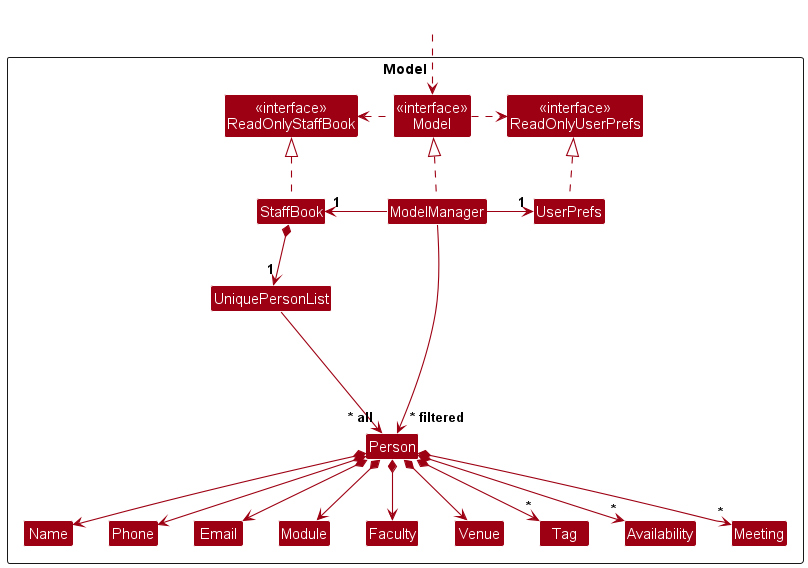
Earlier version of the PlantUML export docs/images/ModelClassDiagram.png (whitesnowx/tp). Its diagram source:
```plantuml
@startuml
!include style.puml
skinparam arrowThickness 1.1
skinparam arrowColor MODEL_COLOR
skinparam classBackgroundColor MODEL_COLOR

Package Model as ModelPackage <<Rectangle>>{
Class "<<interface>>\nReadOnlyStaffBook" as ReadOnlyStaffBook
Class "<<interface>>\nReadOnlyUserPrefs" as ReadOnlyUserPrefs
Class "<<interface>>\nModel" as Model
Class StaffBook
Class ModelManager
Class UserPrefs

Class UniquePersonList
Class Person
Class Name
Class Phone
Class Email
Class Module
Class Faculty
Class Venue
Class Tag
Class Availability
Class Meeting

Class I #FFFFFF
}

Class HiddenOutside #FFFFFF
HiddenOutside ..> Model

StaffBook .up.|> ReadOnlyStaffBook

ModelManager .up.|> Model
Model .right.> ReadOnlyUserPrefs
Model .left.> ReadOnlyStaffBook
ModelManager -left-> "1" StaffBook
ModelManager -right-> "1" UserPrefs
UserPrefs .up.|> ReadOnlyUserPrefs

StaffBook *--> "1" UniquePersonList
UniquePersonList --> "~* all" Person
Person *--> Name
Person *--> Phone
Person *--> Email
Person *--> Module
Person *--> Faculty
Person *--> Venue
Person *--> "*" Tag
Person *--> "*" Availability
Person *--> "*" Meeting

Person -[hidden]up--> I
UniquePersonList -[hidden]right-> I

Name -[hidden]right-> Phone
Phone -[hidden]right-> Email
Email -[hidden]right-> Module
Module -[hidden]right-> Faculty
Faculty -[hidden]right-> Venue
Venue -[hidden]right-> Tag
Tag -[hidden]right-> Availability
Availability -[hidden]right-> Meeting

ModelManager --> "~* filtered" Person
@enduml
```
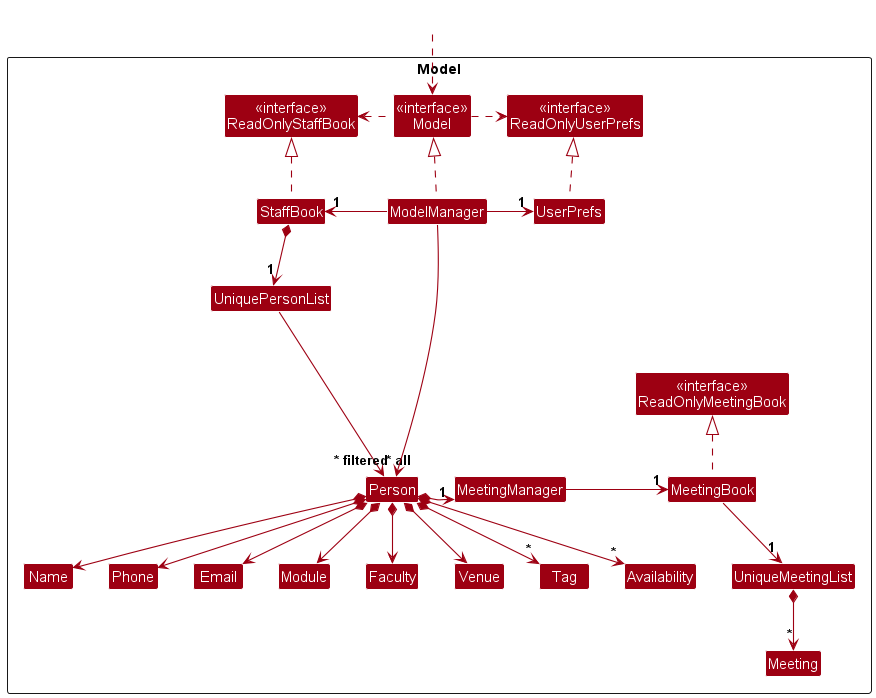
After the commit.

Change to the diagram source:
```diff
@@ -6,12 +6,16 @@
 
 Package Model as ModelPackage <<Rectangle>>{
 Class "<<interface>>\nReadOnlyStaffBook" as ReadOnlyStaffBook
+Class "<<interface>>\nReadOnlyMeetingBook" as ReadOnlyMeetingBook
 Class "<<interface>>\nReadOnlyUserPrefs" as ReadOnlyUserPrefs
 Class "<<interface>>\nModel" as Model
 Class StaffBook
 Class ModelManager
+Class MeetingBook
+Class MeetingManager
 Class UserPrefs
 
+Class UniqueMeetingList
 Class UniquePersonList
 Class Person
 Class Name
@@ -30,14 +34,21 @@
 Class HiddenOutside #FFFFFF
 HiddenOutside ..> Model
 
+
+
 StaffBook .up.|> ReadOnlyStaffBook
-
 ModelManager .up.|> Model
 Model .right.> ReadOnlyUserPrefs
 Model .left.> ReadOnlyStaffBook
 ModelManager -left-> "1" StaffBook
 ModelManager -right-> "1" UserPrefs
 UserPrefs .up.|> ReadOnlyUserPrefs
+
+MeetingManager -right-> "1" MeetingBook
+MeetingBook .up.|> ReadOnlyMeetingBook
+MeetingBook -down->"1" UniqueMeetingList
+
+
 
 StaffBook *--> "1" UniquePersonList
 UniquePersonList --> "~* all" Person
@@ -49,7 +60,8 @@
 Person *--> Venue
 Person *--> "*" Tag
 Person *--> "*" Availability
-Person *--> "*" Meeting
+Person *--> "1" MeetingManager
+UniqueMeetingList *--> "*" Meeting
 
 Person -[hidden]up--> I
 UniquePersonList -[hidden]right-> I
@@ -61,7 +73,9 @@
 Faculty -[hidden]right-> Venue
 Venue -[hidden]right-> Tag
 Tag -[hidden]right-> Availability
-Availability -[hidden]right-> Meeting
+
+Person -[hidden]right> MeetingManager
+
 
 ModelManager --> "~* filtered" Person
 @enduml
```
